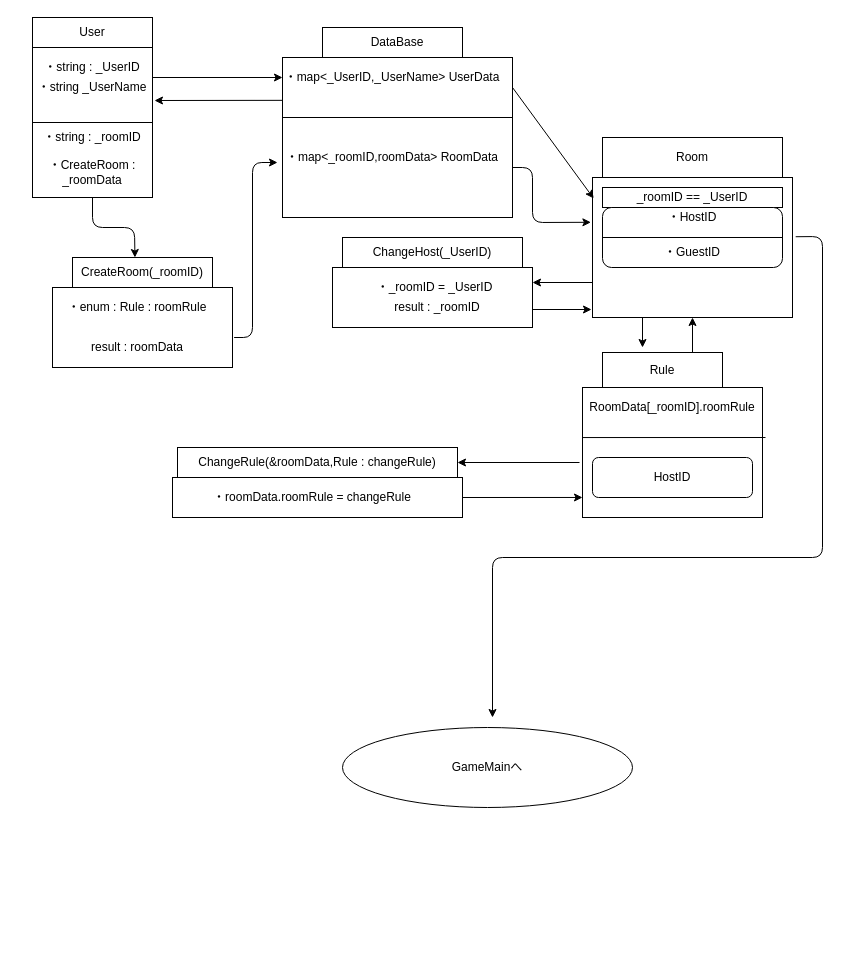
The draw.io diagram クラス図.drawio in netWork2019WinterMan/netWork2019WinterMan, before the edit. Source tidied: cells renumbered, new cells numbered last; positions are measured from the earlier drawing's top-left corner, leaving out a move shared by most shapes. Both pictures are drawn from the tidied source at 100%, with x=0, y=0 at pixel (32, 17).
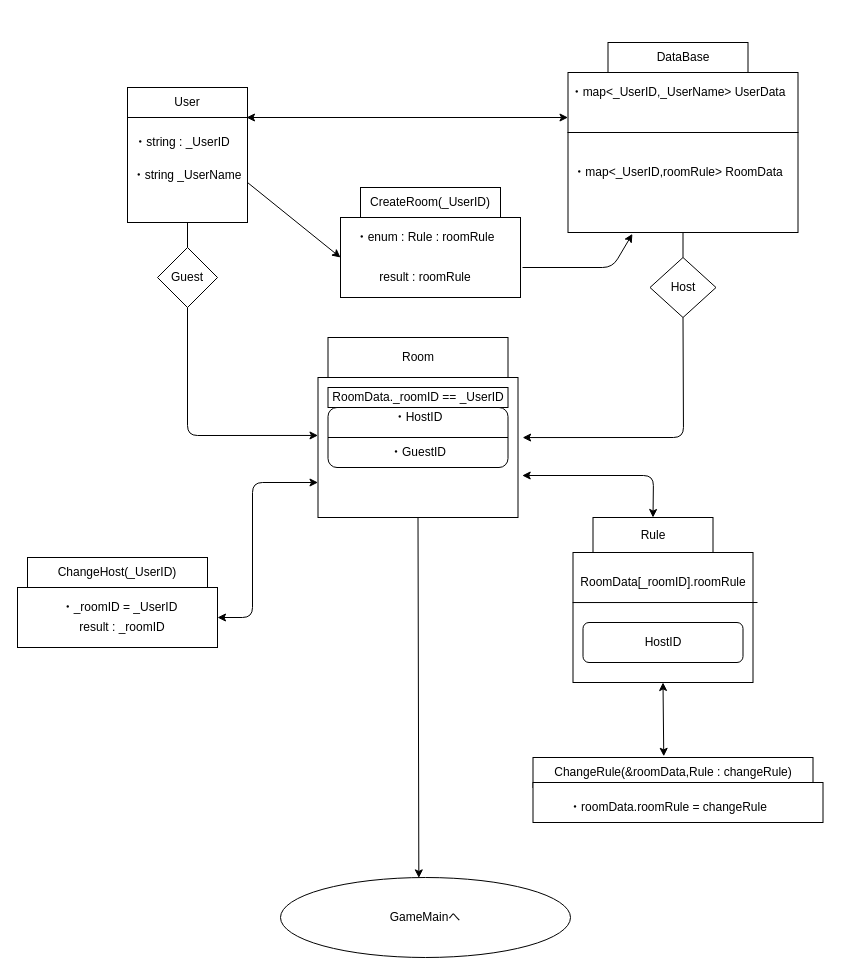
After the change.

Diff of the diagram source:
```diff
@@
     <mxCell id="2" style="rounded=0;whiteSpace=wrap;html=1;" parent="1" vertex="1">
-      <mxGeometry width="120" height="30" as="geometry" />
+      <mxGeometry x="95" y="70" width="120" height="30" as="geometry" />
     </mxCell>
     <mxCell id="3" style="rounded=0;whiteSpace=wrap;html=1;" parent="1" vertex="1">
-      <mxGeometry y="30" width="120" height="150" as="geometry" />
+      <mxGeometry x="95" y="100" width="120" height="105" as="geometry" />
     </mxCell>
     <mxCell id="4" style="rounded=0;whiteSpace=wrap;html=1;" parent="1" vertex="1">
-      <mxGeometry x="290" y="10" width="140" height="30" as="geometry" />
+      <mxGeometry x="575.5" y="25" width="140" height="30" as="geometry" />
     </mxCell>
     <mxCell id="5" style="rounded=0;whiteSpace=wrap;html=1;" parent="1" vertex="1">
-      <mxGeometry x="250" y="40" width="230" height="60" as="geometry" />
+      <mxGeometry x="535.5" y="55" width="230" height="60" as="geometry" />
     </mxCell>
     <mxCell id="6" value="User" style="text;html=1;strokeColor=none;fillColor=none;align=center;verticalAlign=middle;whiteSpace=wrap;rounded=0;" parent="1" vertex="1">
-      <mxGeometry x="20" y="5" width="80" height="20" as="geometry" />
+      <mxGeometry x="115" y="75" width="80" height="20" as="geometry" />
     </mxCell>
     <mxCell id="7" value="DataBase" style="text;html=1;strokeColor=none;fillColor=none;align=center;verticalAlign=middle;whiteSpace=wrap;rounded=0;" parent="1" vertex="1">
-      <mxGeometry x="320" y="15" width="90" height="20" as="geometry" />
+      <mxGeometry x="605.5" y="30" width="90" height="20" as="geometry" />
     </mxCell>
     <mxCell id="8" style="rounded=0;whiteSpace=wrap;html=1;" parent="1" vertex="1">
-      <mxGeometry x="570" y="120" width="180" height="40" as="geometry" />
+      <mxGeometry x="295.5" y="320" width="180" height="40" as="geometry" />
     </mxCell>
     <mxCell id="9" value="Room" style="text;html=1;strokeColor=none;fillColor=none;align=center;verticalAlign=middle;whiteSpace=wrap;rounded=0;" parent="1" vertex="1">
-      <mxGeometry x="580" y="130" width="160" height="20" as="geometry" />
+      <mxGeometry x="305.5" y="330" width="160" height="20" as="geometry" />
     </mxCell>
     <mxCell id="10" style="rounded=0;whiteSpace=wrap;html=1;" parent="1" vertex="1">
-      <mxGeometry x="560" y="160" width="200" height="140" as="geometry" />
+      <mxGeometry x="285.5" y="360" width="200" height="140" as="geometry" />
     </mxCell>
-    <mxCell id="11" style="endArrow=classic;html=1;" parent="1" edge="1">
-      <mxGeometry relative="1" as="geometry">
-        <mxPoint x="120" y="60" as="sourcePoint" />
-        <mxPoint x="250" y="60" as="targetPoint" />
-      </mxGeometry>
-    </mxCell>
-    <mxCell id="12" style="endArrow=classic;html=1;exitX=0;exitY=0.714;exitDx=0;exitDy=0;exitPerimeter=0;" parent="1" edge="1" source="5">
-      <mxGeometry relative="1" as="geometry">
-        <mxPoint x="122" y="83" as="targetPoint" />
-      </mxGeometry>
-    </mxCell>
-    <mxCell id="13" style="endArrow=classic;html=1;entryX=0.006;entryY=0.15;entryDx=0;entryDy=0;entryPerimeter=0;exitX=1;exitY=0.5;exitDx=0;exitDy=0;" parent="1" edge="1" source="5" target="10">
-      <mxGeometry relative="1" as="geometry" />
-    </mxCell>
     <mxCell id="14" value="・string : _UserID" style="text;html=1;strokeColor=none;fillColor=none;align=center;verticalAlign=middle;whiteSpace=wrap;rounded=0;" parent="1" vertex="1">
-      <mxGeometry x="10" y="40" width="100" height="20" as="geometry" />
+      <mxGeometry x="100" y="115" width="100" height="20" as="geometry" />
     </mxCell>
     <mxCell id="15" value="・string _UserName" style="text;html=1;strokeColor=none;fillColor=none;align=center;verticalAlign=middle;whiteSpace=wrap;rounded=0;" parent="1" vertex="1">
-      <mxGeometry y="60" width="120" height="20" as="geometry" />
+      <mxGeometry x="95" y="147.5" width="120" height="20" as="geometry" />
     </mxCell>
     <mxCell id="16" value="・map&amp;lt;_UserID,_UserName&amp;gt; UserData" style="text;html=1;strokeColor=none;fillColor=none;align=center;verticalAlign=middle;whiteSpace=wrap;rounded=0;" parent="1" vertex="1">
-      <mxGeometry x="250" y="50" width="220" height="20" as="geometry" />
+      <mxGeometry x="535.5" y="65" width="220" height="20" as="geometry" />
     </mxCell>
@@
-    <mxCell id="18" style="endArrow=none;html=1;exitX=0;exitY=0.5;exitDx=0;exitDy=0;entryX=1;entryY=0.5;entryDx=0;entryDy=0;" parent="1" edge="1" source="3" target="3">
-      <mxGeometry relative="1" as="geometry" />
-    </mxCell>
     <mxCell id="19" style="rounded=0;whiteSpace=wrap;html=1;" parent="1" vertex="1">
-      <mxGeometry x="250" y="100" width="230" height="100" as="geometry" />
+      <mxGeometry x="535.5" y="115" width="230" height="100" as="geometry" />
     </mxCell>
-    <mxCell id="20" value="・map&amp;lt;_roomID,roomData&amp;gt; RoomData" style="text;html=1;strokeColor=none;fillColor=none;align=center;verticalAlign=middle;whiteSpace=wrap;rounded=0;" parent="1" vertex="1">
-      <mxGeometry x="245" y="130" width="230" height="20" as="geometry" />
+    <mxCell id="20" value="・map&amp;lt;_UserID,roomRule&amp;gt; RoomData" style="text;html=1;strokeColor=none;fillColor=none;align=center;verticalAlign=middle;whiteSpace=wrap;rounded=0;" parent="1" vertex="1">
+      <mxGeometry x="530.5" y="145" width="230" height="20" as="geometry" />
     </mxCell>
-    <mxCell id="21" style="endArrow=classic;html=1;entryX=-0.008;entryY=0.32;entryDx=0;entryDy=0;entryPerimeter=0;exitX=1;exitY=0.5;exitDx=0;exitDy=0;" parent="1" edge="1" source="19" target="10">
-      <mxGeometry relative="1" as="geometry">
-        <Array as="points">
-          <mxPoint x="500" y="150" />
-          <mxPoint x="500" y="205" />
-        </Array>
-      </mxGeometry>
-    </mxCell>
-    <mxCell id="22" value="・string : _roomID" style="text;html=1;strokeColor=none;fillColor=none;align=center;verticalAlign=middle;whiteSpace=wrap;rounded=0;" parent="1" vertex="1">
-      <mxGeometry x="10" y="112.5" width="100" height="15" as="geometry" />
-    </mxCell>
-    <mxCell id="23" value="・CreateRoom : _roomData" style="text;html=1;strokeColor=none;fillColor=none;align=center;verticalAlign=middle;whiteSpace=wrap;rounded=0;" parent="1" vertex="1">
-      <mxGeometry y="140" width="120" height="30" as="geometry" />
-    </mxCell>
-    <mxCell id="24" style="endArrow=classic;html=1;exitX=0.5;exitY=1;exitDx=0;exitDy=0;entryX=0.446;entryY=0;entryDx=0;entryDy=0;entryPerimeter=0;" parent="1" edge="1" source="3" target="25">
-      <mxGeometry relative="1" as="geometry">
-        <Array as="points">
-          <mxPoint x="60" y="210" />
-          <mxPoint x="102" y="210" />
-        </Array>
-      </mxGeometry>
-    </mxCell>
-    <mxCell id="25" value="CreateRoom(_roomID)" style="rounded=0;whiteSpace=wrap;html=1;" parent="1" vertex="1">
-      <mxGeometry x="40" y="240" width="140" height="30" as="geometry" />
+    <mxCell id="25" value="CreateRoom(_UserID)" style="rounded=0;whiteSpace=wrap;html=1;" parent="1" vertex="1">
+      <mxGeometry x="328" y="170" width="140" height="30" as="geometry" />
     </mxCell>
     <mxCell id="26" style="rounded=0;whiteSpace=wrap;html=1;" parent="1" vertex="1">
-      <mxGeometry x="20" y="270" width="180" height="80" as="geometry" />
+      <mxGeometry x="308" y="200" width="180" height="80" as="geometry" />
     </mxCell>
-    <mxCell id="27" value="result : roomData" style="text;html=1;strokeColor=none;fillColor=none;align=center;verticalAlign=middle;whiteSpace=wrap;rounded=0;" parent="1" vertex="1">
-      <mxGeometry x="40" y="320" width="130" height="20" as="geometry" />
+    <mxCell id="27" value="result : roomRule" style="text;html=1;strokeColor=none;fillColor=none;align=center;verticalAlign=middle;whiteSpace=wrap;rounded=0;" parent="1" vertex="1">
+      <mxGeometry x="328" y="250" width="130" height="20" as="geometry" />
     </mxCell>
     <mxCell id="28" value="・enum : Rule : roomRule" style="text;html=1;strokeColor=none;fillColor=none;align=center;verticalAlign=middle;whiteSpace=wrap;rounded=0;" parent="1" vertex="1">
-      <mxGeometry x="25" y="280" width="160" height="20" as="geometry" />
+      <mxGeometry x="313" y="210" width="160" height="20" as="geometry" />
     </mxCell>
-    <mxCell id="29" style="endArrow=classic;html=1;exitX=1.009;exitY=0.625;exitDx=0;exitDy=0;exitPerimeter=0;entryX=0;entryY=0.75;entryDx=0;entryDy=0;" parent="1" edge="1" source="26" target="20">
-      <mxGeometry relative="1" as="geometry">
-        <Array as="points">
-          <mxPoint x="220" y="320" />
-          <mxPoint x="220" y="145" />
-        </Array>
-      </mxGeometry>
-    </mxCell>
     <mxCell id="30" value="ChangeHost(_UserID)" style="rounded=0;whiteSpace=wrap;html=1;" parent="1" vertex="1">
-      <mxGeometry x="310" y="220" width="180" height="30" as="geometry" />
+      <mxGeometry x="-5" y="540" width="180" height="30" as="geometry" />
     </mxCell>
     <mxCell id="31" style="rounded=0;whiteSpace=wrap;html=1;" parent="1" vertex="1">
-      <mxGeometry x="300" y="250" width="200" height="60" as="geometry" />
+      <mxGeometry x="-15" y="570" width="200" height="60" as="geometry" />
     </mxCell>
     <mxCell id="32" value="・_roomID = _UserID" style="text;html=1;strokeColor=none;fillColor=none;align=center;verticalAlign=middle;whiteSpace=wrap;rounded=0;" parent="1" vertex="1">
-      <mxGeometry x="325" y="260" width="155" height="20" as="geometry" />
+      <mxGeometry x="10" y="580" width="155" height="20" as="geometry" />
     </mxCell>
     <mxCell id="33" value="result : _roomID" style="text;html=1;strokeColor=none;fillColor=none;align=center;verticalAlign=middle;whiteSpace=wrap;rounded=0;" parent="1" vertex="1">
-      <mxGeometry x="330" y="280" width="150" height="20" as="geometry" />
+      <mxGeometry x="15" y="600" width="150" height="20" as="geometry" />
     </mxCell>
-    <mxCell id="34" style="endArrow=classic;html=1;entryX=1;entryY=0.25;entryDx=0;entryDy=0;exitX=0;exitY=0.75;exitDx=0;exitDy=0;" parent="1" edge="1" source="10" target="31">
-      <mxGeometry relative="1" as="geometry" />
-    </mxCell>
-    <mxCell id="35" style="endArrow=classic;html=1;" parent="1" edge="1">
-      <mxGeometry relative="1" as="geometry">
-        <mxPoint x="500" y="292" as="sourcePoint" />
-        <mxPoint x="559" y="292" as="targetPoint" />
-      </mxGeometry>
-    </mxCell>
     <mxCell id="36" value="ChangeRule(&amp;amp;roomData,Rule : changeRule)" style="rounded=0;whiteSpace=wrap;html=1;" parent="1" vertex="1">
-      <mxGeometry x="145" y="430" width="280" height="30" as="geometry" />
+      <mxGeometry x="500.5" y="740" width="280" height="30" as="geometry" />
     </mxCell>
     <mxCell id="37" style="rounded=0;whiteSpace=wrap;html=1;" parent="1" vertex="1">
-      <mxGeometry x="140" y="460" width="290" height="40" as="geometry" />
+      <mxGeometry x="500.5" y="765" width="290" height="40" as="geometry" />
     </mxCell>
     <mxCell id="38" value="・roomData.roomRule = changeRule" style="text;html=1;strokeColor=none;fillColor=none;align=center;verticalAlign=middle;whiteSpace=wrap;rounded=0;" parent="1" vertex="1">
-      <mxGeometry x="150" y="470" width="260" height="20" as="geometry" />
+      <mxGeometry x="505.5" y="780" width="260" height="20" as="geometry" />
     </mxCell>
-    <mxCell id="39" value="_roomID == _UserID" style="rounded=0;whiteSpace=wrap;html=1;" parent="1" vertex="1">
-      <mxGeometry x="570" y="170" width="180" height="20" as="geometry" />
+    <mxCell id="39" value="RoomData._roomID == _UserID" style="rounded=0;whiteSpace=wrap;html=1;" parent="1" vertex="1">
+      <mxGeometry x="295.5" y="370" width="180" height="20" as="geometry" />
     </mxCell>
     <mxCell id="40" style="rounded=1;whiteSpace=wrap;html=1;" parent="1" vertex="1">
-      <mxGeometry x="570" y="190" width="180" height="60" as="geometry" />
+      <mxGeometry x="295.5" y="390" width="180" height="60" as="geometry" />
     </mxCell>
@@
     <mxCell id="42" value="・HostID" style="text;html=1;strokeColor=none;fillColor=none;align=center;verticalAlign=middle;whiteSpace=wrap;rounded=0;" parent="1" vertex="1">
-      <mxGeometry x="595" y="190" width="130" height="20" as="geometry" />
+      <mxGeometry x="320.5" y="390" width="130" height="20" as="geometry" />
     </mxCell>
     <mxCell id="43" value="・GuestID" style="text;html=1;strokeColor=none;fillColor=none;align=center;verticalAlign=middle;whiteSpace=wrap;rounded=0;" parent="1" vertex="1">
-      <mxGeometry x="620" y="225" width="80" height="20" as="geometry" />
+      <mxGeometry x="345.5" y="425" width="80" height="20" as="geometry" />
     </mxCell>
     <mxCell id="44" value="Rule" style="rounded=0;whiteSpace=wrap;html=1;" parent="1" vertex="1">
-      <mxGeometry x="570" y="335" width="120" height="35" as="geometry" />
+      <mxGeometry x="560.5" y="500" width="120" height="35" as="geometry" />
     </mxCell>
     <mxCell id="45" style="rounded=0;whiteSpace=wrap;html=1;" parent="1" vertex="1">
-      <mxGeometry x="550" y="370" width="180" height="130" as="geometry" />
+      <mxGeometry x="540.5" y="535" width="180" height="130" as="geometry" />
     </mxCell>
     <mxCell id="46" value="RoomData[_roomID].roomRule" style="text;html=1;strokeColor=none;fillColor=none;align=center;verticalAlign=middle;whiteSpace=wrap;rounded=0;" parent="1" vertex="1">
-      <mxGeometry x="560" y="370" width="160" height="40" as="geometry" />
+      <mxGeometry x="550.5" y="535" width="160" height="60" as="geometry" />
     </mxCell>
     <mxCell id="47" style="endArrow=none;html=1;exitX=-0.002;exitY=0.385;exitDx=0;exitDy=0;exitPerimeter=0;" parent="1" edge="1" source="45">
       <mxGeometry relative="1" as="geometry">
-        <mxPoint x="733" y="420" as="targetPoint" />
+        <mxPoint x="725" y="585" as="targetPoint" />
       </mxGeometry>
     </mxCell>
     <mxCell id="48" value="HostID" style="rounded=1;whiteSpace=wrap;html=1;" parent="1" vertex="1">
-      <mxGeometry x="560" y="440" width="160" height="40" as="geometry" />
+      <mxGeometry x="550.5" y="605" width="160" height="40" as="geometry" />
     </mxCell>
-    <mxCell id="49" style="endArrow=classic;html=1;entryX=1;entryY=0.5;entryDx=0;entryDy=0;" parent="1" edge="1" target="36">
-      <mxGeometry relative="1" as="geometry">
-        <mxPoint x="547" y="445" as="sourcePoint" />
-      </mxGeometry>
-    </mxCell>
-    <mxCell id="50" style="endArrow=classic;html=1;exitX=1;exitY=0.5;exitDx=0;exitDy=0;entryX=0;entryY=0.846;entryDx=0;entryDy=0;entryPerimeter=0;" parent="1" edge="1" source="37" target="45">
-      <mxGeometry relative="1" as="geometry" />
-    </mxCell>
-    <mxCell id="51" style="endArrow=classic;html=1;entryX=0.5;entryY=1;entryDx=0;entryDy=0;exitX=0.75;exitY=0;exitDx=0;exitDy=0;" parent="1" edge="1" source="44" target="10">
-      <mxGeometry relative="1" as="geometry" />
-    </mxCell>
-    <mxCell id="52" style="endArrow=classic;html=1;exitX=0.25;exitY=1;exitDx=0;exitDy=0;" parent="1" edge="1" source="10">
-      <mxGeometry relative="1" as="geometry">
-        <mxPoint x="610" y="330" as="targetPoint" />
-      </mxGeometry>
-    </mxCell>
-    <mxCell id="53" style="endArrow=classic;html=1;exitX=1.016;exitY=0.423;exitDx=0;exitDy=0;exitPerimeter=0;" parent="1" edge="1" source="10">
-      <mxGeometry relative="1" as="geometry">
-        <mxPoint x="460" y="700" as="targetPoint" />
-        <Array as="points">
-          <mxPoint x="790" y="219" />
-          <mxPoint x="790" y="540" />
-          <mxPoint x="460" y="540" />
-        </Array>
-      </mxGeometry>
-    </mxCell>
     <mxCell id="54" value="GameMainへ" style="ellipse;whiteSpace=wrap;html=1;" parent="1" vertex="1">
-      <mxGeometry x="310" y="710" width="290" height="80" as="geometry" />
+      <mxGeometry x="248" y="860" width="290" height="80" as="geometry" />
     </mxCell>
+    <mxCell id="55" style="endArrow=classic;startArrow=classic;html=1;entryX=0;entryY=0.75;entryDx=0;entryDy=0;" parent="1" edge="1" target="5">
+      <mxGeometry relative="1" as="geometry">
+        <mxPoint x="214" y="100" as="sourcePoint" />
+      </mxGeometry>
+    </mxCell>
+    <mxCell id="56" style="endArrow=classic;html=1;exitX=1;exitY=0.5;exitDx=0;exitDy=0;entryX=0;entryY=0.5;entryDx=0;entryDy=0;" parent="1" edge="1" target="26">
+      <mxGeometry relative="1" as="geometry">
+        <mxPoint x="215" y="165" as="sourcePoint" />
+      </mxGeometry>
+    </mxCell>
+    <mxCell id="57" style="endArrow=classic;html=1;entryX=0.28;entryY=1.014;entryDx=0;entryDy=0;entryPerimeter=0;" parent="1" edge="1" target="19">
+      <mxGeometry relative="1" as="geometry">
+        <mxPoint x="490" y="250" as="sourcePoint" />
+        <Array as="points">
+          <mxPoint x="580" y="250" />
+        </Array>
+      </mxGeometry>
+    </mxCell>
+    <mxCell id="58" style="endArrow=classic;html=1;exitX=0.5;exitY=1;exitDx=0;exitDy=0;entryX=0;entryY=0.414;entryDx=0;entryDy=0;entryPerimeter=0;" parent="1" edge="1" source="59" target="10">
+      <mxGeometry relative="1" as="geometry">
+        <Array as="points">
+          <mxPoint x="155" y="418" />
+        </Array>
+      </mxGeometry>
+    </mxCell>
+    <mxCell id="59" value="Guest" style="rhombus;whiteSpace=wrap;html=1;" parent="1" vertex="1">
+      <mxGeometry x="125" y="230" width="60" height="60" as="geometry" />
+    </mxCell>
+    <mxCell id="60" style="endArrow=none;html=1;exitX=0.5;exitY=0;exitDx=0;exitDy=0;entryX=0.5;entryY=1;entryDx=0;entryDy=0;" parent="1" edge="1" source="59" target="3">
+      <mxGeometry relative="1" as="geometry" />
+    </mxCell>
+    <mxCell id="61" style="endArrow=classic;html=1;exitX=0.5;exitY=1;exitDx=0;exitDy=0;entryX=1.023;entryY=0.429;entryDx=0;entryDy=0;entryPerimeter=0;" parent="1" edge="1" source="62" target="10">
+      <mxGeometry relative="1" as="geometry">
+        <Array as="points">
+          <mxPoint x="651" y="420" />
+        </Array>
+      </mxGeometry>
+    </mxCell>
+    <mxCell id="62" value="Host" style="rhombus;whiteSpace=wrap;html=1;" parent="1" vertex="1">
+      <mxGeometry x="617.5" y="240" width="66" height="60" as="geometry" />
+    </mxCell>
+    <mxCell id="63" style="endArrow=none;html=1;entryX=0.5;entryY=1;entryDx=0;entryDy=0;exitX=0.5;exitY=0;exitDx=0;exitDy=0;" parent="1" edge="1" source="62" target="19">
+      <mxGeometry relative="1" as="geometry" />
+    </mxCell>
+    <mxCell id="64" style="endArrow=classic;startArrow=classic;html=1;entryX=0;entryY=0.75;entryDx=0;entryDy=0;exitX=1;exitY=0.5;exitDx=0;exitDy=0;" parent="1" edge="1" source="31" target="10">
+      <mxGeometry relative="1" as="geometry">
+        <Array as="points">
+          <mxPoint x="220" y="600" />
+          <mxPoint x="220" y="465" />
+        </Array>
+      </mxGeometry>
+    </mxCell>
+    <mxCell id="65" style="endArrow=classic;startArrow=classic;html=1;exitX=1.021;exitY=0.7;exitDx=0;exitDy=0;exitPerimeter=0;entryX=0.5;entryY=0;entryDx=0;entryDy=0;" parent="1" edge="1" source="10" target="44">
+      <mxGeometry relative="1" as="geometry">
+        <Array as="points">
+          <mxPoint x="621" y="458" />
+        </Array>
+      </mxGeometry>
+    </mxCell>
+    <mxCell id="66" style="endArrow=classic;startArrow=classic;html=1;entryX=0.5;entryY=1;entryDx=0;entryDy=0;exitX=0.467;exitY=-0.04;exitDx=0;exitDy=0;exitPerimeter=0;" parent="1" edge="1" source="36" target="45">
+      <mxGeometry relative="1" as="geometry" />
+    </mxCell>
+    <mxCell id="67" style="endArrow=classic;html=1;exitX=0.5;exitY=1;exitDx=0;exitDy=0;entryX=0.477;entryY=0.005;entryDx=0;entryDy=0;entryPerimeter=0;" parent="1" edge="1" source="10" target="54">
+      <mxGeometry relative="1" as="geometry" />
+    </mxCell>
```
